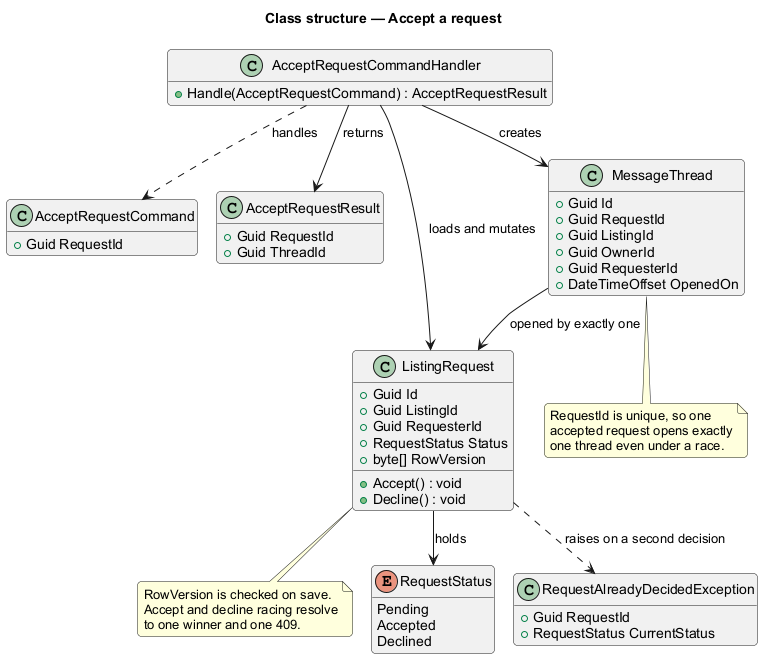
Above: docs/detailed-designs/requests/accept-a-request/diagrams/class-structure.png in QuinntyneBrown/Barnabas (PlantUML), before the change.
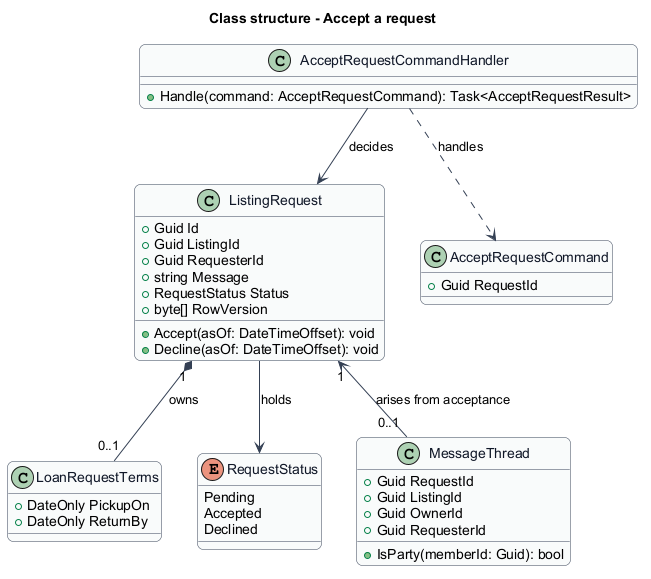
Later version of the same file.

Diff of the diagram source:
```diff
@@ -1,64 +1,60 @@
 @startuml
-!pragma layout smetana
-title Class structure — Accept a request
 skinparam backgroundColor #FFFFFF
 skinparam shadowing false
-skinparam roundcorner 8
+skinparam roundcorner 12
 skinparam defaultFontName Arial
-hide empty members
-
-class AcceptRequestCommand {
-  +Guid RequestId
+skinparam ArrowColor #344054
+skinparam rectangle {
+  BorderColor #344054
+  FontColor #101828
 }
-class AcceptRequestCommandHandler {
-  +Handle(AcceptRequestCommand) : AcceptRequestResult
+skinparam package {
+  BorderColor #667085
+  FontColor #101828
+  BackgroundColor #F9FAFB
 }
-class AcceptRequestResult {
-  +Guid RequestId
-  +Guid ThreadId
+skinparam class {
+  BorderColor #344054
+  FontColor #101828
+  BackgroundColor #F9FAFB
 }
+title Class structure - Accept a request
 class ListingRequest {
   +Guid Id
   +Guid ListingId
   +Guid RequesterId
+  +string Message
   +RequestStatus Status
   +byte[] RowVersion
-  +Accept() : void
-  +Decline() : void
+  +Accept(asOf: DateTimeOffset): void
+  +Decline(asOf: DateTimeOffset): void
 }
-note bottom of ListingRequest
-  RowVersion is checked on save.
-  Accept and decline racing resolve
-  to one winner and one 409.
-end note
+class LoanRequestTerms {
+  +DateOnly PickupOn
+  +DateOnly ReturnBy
+}
 enum RequestStatus {
   Pending
   Accepted
   Declined
 }
 class MessageThread {
-  +Guid Id
   +Guid RequestId
   +Guid ListingId
   +Guid OwnerId
   +Guid RequesterId
-  +DateTimeOffset OpenedOn
+  +IsParty(memberId: Guid): bool
 }
-note bottom of MessageThread
-  RequestId is unique, so one
-  accepted request opens exactly
-  one thread even under a race.
-end note
-class RequestAlreadyDecidedException {
+ListingRequest --> RequestStatus : holds
+ListingRequest "1" *-- "0..1" LoanRequestTerms : owns
+ListingRequest "1" <-- "0..1" MessageThread : arises from acceptance
+
+class AcceptRequestCommand {
   +Guid RequestId
-  +RequestStatus CurrentStatus
 }
-
+class AcceptRequestCommandHandler {
+  +Handle(command: AcceptRequestCommand): Task<AcceptRequestResult>
+}
 AcceptRequestCommandHandler ..> AcceptRequestCommand : handles
-AcceptRequestCommandHandler --> AcceptRequestResult : returns
-AcceptRequestCommandHandler --> ListingRequest : loads and mutates
-AcceptRequestCommandHandler --> MessageThread : creates
-ListingRequest --> RequestStatus : holds
-ListingRequest ..> RequestAlreadyDecidedException : raises on a second decision
-MessageThread --> ListingRequest : opened by exactly one
+AcceptRequestCommandHandler --> ListingRequest : decides
 @enduml
```
